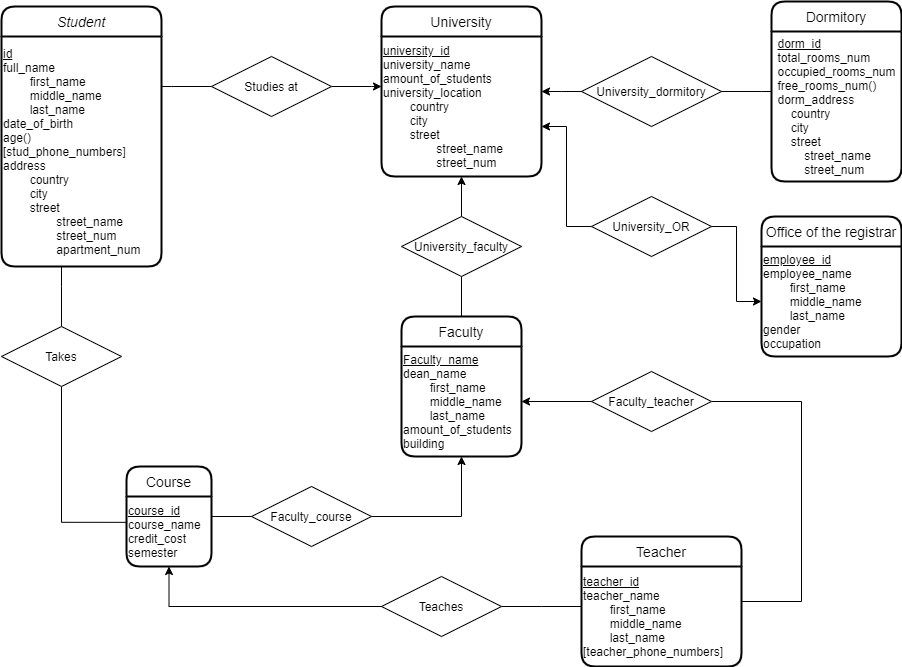
The draw.io diagram lab4/Task2.png in Bauyrzhan07/Databases, before a commit. Source tidied: cells renumbered, new cells last; positions are measured from the earlier drawing's top-left corner, leaving out a move shared by most shapes.
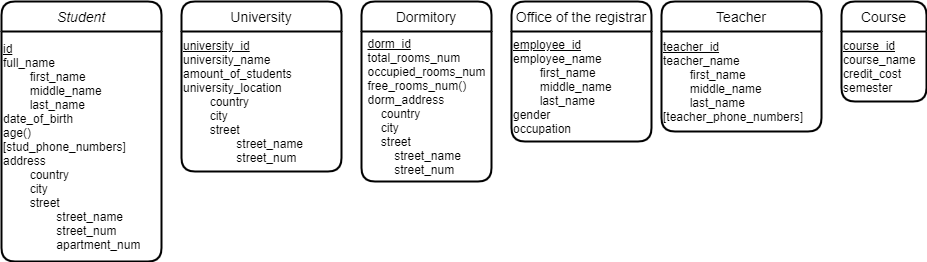
The same file after the commit.

Change to the diagram source:
```diff
@@ -5,167 +5,38 @@
     <mxCell id="2" value="Student" style="swimlane;horizontal=1;startSize=30;rounded=1;fontSize=14;fontStyle=2;strokeWidth=2;shadow=0;dashed=0;align=center;" parent="1" vertex="1">
       <mxGeometry y="5" width="160" height="260" as="geometry" />
     </mxCell>
-    <mxCell id="3" style="edgeStyle=orthogonalEdgeStyle;rounded=0;jettySize=auto;html=1;entryX=0.5;entryY=0;entryDx=0;entryDy=0;startArrow=classic;startFill=1;endArrow=none;endFill=0;strokeWidth=1;" parent="1" edge="1" source="4" target="24">
-      <mxGeometry relative="1" as="geometry" />
-    </mxCell>
     <mxCell id="4" value="University" style="swimlane;horizontal=1;startSize=30;rounded=1;fontSize=14;fontStyle=0;strokeWidth=2;shadow=0;dashed=0;align=center;html=0;" parent="1" vertex="1">
-      <mxGeometry x="380" y="5" width="160" height="170" as="geometry" />
+      <mxGeometry x="180" y="5" width="160" height="170" as="geometry" />
     </mxCell>
     <mxCell id="5" value="&lt;u&gt;university_id&lt;br&gt;&lt;/u&gt;university_name&lt;br&gt;amount_of_students&lt;br&gt;university_location&lt;br&gt;&lt;span style=&quot;white-space: pre&quot;&gt;&#9;&lt;/span&gt;country&lt;br&gt;&lt;span style=&quot;white-space: pre&quot;&gt;&#9;&lt;/span&gt;city&lt;br&gt;&lt;span style=&quot;white-space: pre&quot;&gt;&#9;&lt;/span&gt;street&lt;br&gt;&lt;span style=&quot;white-space: pre&quot;&gt;&#9;&lt;/span&gt;&lt;span style=&quot;white-space: pre&quot;&gt;&#9;&lt;/span&gt;street_name&lt;br&gt;&lt;span style=&quot;white-space: pre&quot;&gt;&#9;&lt;/span&gt;&lt;span style=&quot;white-space: pre&quot;&gt;&#9;&lt;/span&gt;street_num&lt;br&gt;" style="text;html=1;align=left;verticalAlign=middle;points=[];strokeColor=none;fillColor=none;" parent="4" vertex="1">
       <mxGeometry y="30" width="160" height="140" as="geometry" />
     </mxCell>
-    <mxCell id="6" style="edgeStyle=orthogonalEdgeStyle;rounded=0;jettySize=auto;html=1;entryX=0;entryY=0.5;entryDx=0;entryDy=0;startArrow=none;startFill=0;endArrow=none;endFill=0;strokeWidth=1;" parent="1" edge="1" source="7" target="31">
-      <mxGeometry relative="1" as="geometry" />
-    </mxCell>
     <mxCell id="7" value="Course" style="swimlane;horizontal=1;startSize=30;rounded=1;fontSize=14;fontStyle=0;strokeWidth=2;shadow=0;dashed=0;align=center;html=0;" parent="1" vertex="1">
-      <mxGeometry x="125" y="465" width="85" height="100" as="geometry" />
+      <mxGeometry x="840" y="5" width="85" height="100" as="geometry" />
     </mxCell>
     <mxCell id="8" value="&lt;u&gt;course_id&lt;/u&gt;&lt;br&gt;course_name&lt;br&gt;credit_cost&lt;br&gt;semester" style="text;html=1;align=left;verticalAlign=middle;points=[];strokeColor=none;fillColor=none;" parent="7" vertex="1">
       <mxGeometry y="30" width="85" height="70" as="geometry" />
     </mxCell>
     <mxCell id="9" value="Dormitory" style="swimlane;horizontal=1;startSize=30;rounded=1;fontSize=14;fontStyle=0;strokeWidth=2;shadow=0;dashed=0;align=center;html=0;" parent="1" vertex="1">
-      <mxGeometry x="770" width="130" height="180" as="geometry" />
+      <mxGeometry x="360" y="5" width="130" height="180" as="geometry" />
     </mxCell>
     <mxCell id="10" value="&lt;div style=&quot;text-align: left&quot;&gt;&lt;u&gt;dorm_id&lt;/u&gt;&lt;/div&gt;&lt;span&gt;&lt;div style=&quot;text-align: left&quot;&gt;&lt;span&gt;total_rooms_num&lt;/span&gt;&lt;/div&gt;&lt;/span&gt;&lt;span&gt;&lt;div style=&quot;text-align: left&quot;&gt;&lt;span&gt;occupied_rooms_num&lt;/span&gt;&lt;/div&gt;&lt;/span&gt;&lt;span&gt;&lt;div style=&quot;text-align: left&quot;&gt;&lt;span&gt;free_rooms_num()&lt;/span&gt;&lt;/div&gt;&lt;/span&gt;&lt;span&gt;&lt;div style=&quot;text-align: left&quot;&gt;&lt;span&gt;dorm_address&lt;/span&gt;&lt;/div&gt;&lt;/span&gt;&lt;span&gt;&lt;div style=&quot;text-align: left&quot;&gt;&lt;span&gt;&amp;nbsp; &amp;nbsp; country&lt;/span&gt;&lt;/div&gt;&lt;/span&gt;&lt;span&gt;&lt;div style=&quot;text-align: left&quot;&gt;&lt;span&gt;&amp;nbsp; &amp;nbsp; city&lt;/span&gt;&lt;/div&gt;&lt;/span&gt;&lt;span&gt;&lt;div style=&quot;text-align: left&quot;&gt;&lt;span&gt;&amp;nbsp; &amp;nbsp; street&lt;/span&gt;&lt;/div&gt;&lt;/span&gt;&lt;span&gt;&lt;div style=&quot;text-align: left&quot;&gt;&lt;span&gt;&amp;nbsp; &amp;nbsp; &amp;nbsp; &amp;nbsp; street_name&lt;/span&gt;&lt;/div&gt;&lt;/span&gt;&lt;span&gt;&lt;div style=&quot;text-align: left&quot;&gt;&lt;span&gt;&amp;nbsp; &amp;nbsp; &amp;nbsp; &amp;nbsp; street_num&lt;/span&gt;&lt;/div&gt;&lt;/span&gt;" style="text;html=1;align=center;verticalAlign=middle;points=[];strokeColor=none;fillColor=none;" parent="9" vertex="1">
       <mxGeometry y="30" width="130" height="150" as="geometry" />
     </mxCell>
-    <mxCell id="11" style="edgeStyle=orthogonalEdgeStyle;rounded=0;jettySize=auto;html=1;entryX=1;entryY=0.5;entryDx=0;entryDy=0;startArrow=none;startFill=0;endArrow=none;endFill=0;strokeWidth=1;" parent="1" edge="1" source="12" target="35">
-      <mxGeometry relative="1" as="geometry">
-        <Array as="points">
-          <mxPoint x="800" y="400" />
-        </Array>
-      </mxGeometry>
-    </mxCell>
     <mxCell id="12" value="Teacher" style="swimlane;horizontal=1;startSize=30;rounded=1;fontSize=14;fontStyle=0;strokeWidth=2;shadow=0;dashed=0;align=center;html=0;" parent="1" vertex="1">
-      <mxGeometry x="580" y="535" width="160" height="130" as="geometry" />
+      <mxGeometry x="660" y="5" width="160" height="130" as="geometry" />
     </mxCell>
     <mxCell id="13" value="&lt;u&gt;teacher_id&lt;/u&gt;&lt;br&gt;teacher_name&lt;br&gt;&lt;span style=&quot;white-space: pre&quot;&gt;&#9;&lt;/span&gt;first_name&lt;br&gt;&lt;span style=&quot;white-space: pre&quot;&gt;&#9;&lt;/span&gt;middle_name&lt;br&gt;&lt;span style=&quot;white-space: pre&quot;&gt;&#9;&lt;/span&gt;last_name&lt;br&gt;[teacher_phone_numbers]" style="text;html=1;align=left;verticalAlign=middle;points=[];strokeColor=none;fillColor=none;" parent="12" vertex="1">
       <mxGeometry y="30" width="160" height="100" as="geometry" />
     </mxCell>
     <mxCell id="14" value="Office of the registrar" style="swimlane;horizontal=1;startSize=30;rounded=1;fontSize=14;fontStyle=0;strokeWidth=2;shadow=0;dashed=0;align=center;html=0;" parent="1" vertex="1">
-      <mxGeometry x="760" y="215" width="140" height="140" as="geometry" />
+      <mxGeometry x="510" y="5" width="140" height="140" as="geometry" />
     </mxCell>
     <mxCell id="15" value="&lt;u&gt;employee_id&lt;/u&gt;&lt;br&gt;employee_name&lt;br&gt;&lt;span style=&quot;white-space: pre&quot;&gt;&#9;&lt;/span&gt;first_name&lt;br&gt;&lt;span style=&quot;white-space: pre&quot;&gt;&#9;&lt;/span&gt;middle_name&lt;br&gt;&lt;span style=&quot;white-space: pre&quot;&gt;&#9;&lt;/span&gt;last_name&lt;br&gt;gender&lt;br&gt;occupation" style="text;html=1;align=left;verticalAlign=middle;points=[];strokeColor=none;fillColor=none;" parent="14" vertex="1">
       <mxGeometry y="30" width="140" height="110" as="geometry" />
     </mxCell>
-    <mxCell id="16" value="Faculty" style="swimlane;horizontal=1;startSize=30;rounded=1;fontSize=14;fontStyle=0;strokeWidth=2;shadow=0;dashed=0;align=center;html=0;" parent="1" vertex="1">
-      <mxGeometry x="400" y="315" width="120" height="140" as="geometry" />
-    </mxCell>
-    <mxCell id="17" value="&lt;u&gt;Faculty_name&lt;/u&gt;&lt;br&gt;dean_name&lt;br&gt;&lt;span style=&quot;white-space: pre&quot;&gt;&#9;&lt;/span&gt;first_name&lt;br&gt;&lt;span style=&quot;white-space: pre&quot;&gt;&#9;&lt;/span&gt;middle_name&lt;br&gt;&lt;span style=&quot;white-space: pre&quot;&gt;&#9;&lt;/span&gt;last_name&lt;br&gt;amount_of_students&lt;br&gt;building" style="text;html=1;align=left;verticalAlign=middle;points=[];strokeColor=none;fillColor=none;" parent="16" vertex="1">
-      <mxGeometry y="30" width="120" height="110" as="geometry" />
-    </mxCell>
-    <mxCell id="18" value="Studies at" style="shape=rhombus;perimeter=rhombusPerimeter;whiteSpace=wrap;html=1;align=center;" parent="1" vertex="1">
-      <mxGeometry x="210" y="55" width="120" height="60" as="geometry" />
-    </mxCell>
-    <mxCell id="19" style="jettySize=auto;html=1;entryX=0;entryY=0.5;entryDx=0;entryDy=0;rounded=0;strokeWidth=1;edgeStyle=orthogonalEdgeStyle;startArrow=none;startFill=0;endArrow=none;endFill=0;" parent="1" edge="1" source="21" target="18">
-      <mxGeometry relative="1" as="geometry">
-        <Array as="points">
-          <mxPoint x="170" y="85" />
-          <mxPoint x="170" y="85" />
-        </Array>
-      </mxGeometry>
-    </mxCell>
-    <mxCell id="20" style="edgeStyle=orthogonalEdgeStyle;rounded=0;jettySize=auto;html=1;entryX=0.5;entryY=0;entryDx=0;entryDy=0;startArrow=none;startFill=0;endArrow=none;endFill=0;strokeWidth=1;" parent="1" edge="1" source="21" target="34">
-      <mxGeometry relative="1" as="geometry">
-        <Array as="points">
-          <mxPoint x="60" y="285" />
-          <mxPoint x="60" y="285" />
-        </Array>
-      </mxGeometry>
-    </mxCell>
     <mxCell id="21" value="&lt;div&gt;&lt;span&gt;&lt;u&gt;id&lt;/u&gt;&lt;/span&gt;&lt;/div&gt;&lt;div&gt;&lt;span&gt;full_name&lt;/span&gt;&lt;/div&gt;&lt;div&gt;&lt;span&gt;&lt;span style=&quot;white-space: pre&quot;&gt;&#9;&lt;/span&gt;first_name&lt;/span&gt;&lt;/div&gt;&lt;div&gt;&lt;span&gt;&lt;span style=&quot;white-space: pre&quot;&gt;&#9;&lt;/span&gt;middle_name&lt;/span&gt;&lt;/div&gt;&lt;div&gt;&lt;span&gt;&lt;span style=&quot;white-space: pre&quot;&gt;&#9;&lt;/span&gt;last_name&lt;/span&gt;&lt;/div&gt;&lt;div&gt;&lt;span&gt;date_of_birth&lt;/span&gt;&lt;/div&gt;&lt;div&gt;&lt;span&gt;age()&lt;/span&gt;&lt;/div&gt;&lt;div&gt;&lt;span&gt;[stud_phone_numbers]&lt;/span&gt;&lt;/div&gt;&lt;div&gt;&lt;span&gt;address&lt;/span&gt;&lt;/div&gt;&lt;div&gt;&lt;span&gt;&lt;span style=&quot;white-space: pre&quot;&gt;&#9;&lt;/span&gt;country&lt;br&gt;&lt;/span&gt;&lt;/div&gt;&lt;div&gt;&lt;span&gt;&lt;span style=&quot;white-space: pre&quot;&gt;&#9;&lt;/span&gt;city&lt;/span&gt;&lt;/div&gt;&lt;div&gt;&lt;span style=&quot;white-space: pre&quot;&gt;&#9;&lt;/span&gt;street&lt;/div&gt;&lt;div&gt;&lt;span&gt;&lt;span style=&quot;white-space: pre&quot;&gt;&lt;span style=&quot;white-space: pre&quot;&gt;&#9;&lt;/span&gt;&#9;&lt;/span&gt;street_name&lt;/span&gt;&lt;/div&gt;&lt;div&gt;&lt;span&gt;&lt;span style=&quot;white-space: pre&quot;&gt;&#9;&lt;span style=&quot;white-space: pre&quot;&gt;&#9;&lt;/span&gt;&lt;/span&gt;street_num&lt;/span&gt;&lt;/div&gt;&lt;div&gt;&lt;span&gt;&lt;span style=&quot;white-space: pre&quot;&gt;&#9;&lt;span style=&quot;white-space: pre&quot;&gt;&#9;&lt;/span&gt;&lt;/span&gt;apartment_num&amp;nbsp; &amp;nbsp;&lt;/span&gt;&lt;/div&gt;" style="text;html=1;align=left;verticalAlign=middle;points=[];strokeColor=none;fillColor=none;" parent="1" vertex="1">
       <mxGeometry y="35" width="160" height="230" as="geometry" />
     </mxCell>
-    <mxCell id="22" style="edgeStyle=orthogonalEdgeStyle;rounded=0;jettySize=auto;html=1;entryX=1;entryY=0.5;entryDx=0;entryDy=0;startArrow=classic;startFill=1;endArrow=none;endFill=0;" parent="1" edge="1" source="5" target="18">
-      <mxGeometry relative="1" as="geometry">
-        <Array as="points">
-          <mxPoint x="370" y="85" />
-          <mxPoint x="370" y="85" />
-        </Array>
-      </mxGeometry>
-    </mxCell>
-    <mxCell id="23" style="edgeStyle=orthogonalEdgeStyle;rounded=0;jettySize=auto;html=1;startArrow=none;startFill=0;endArrow=none;endFill=0;strokeWidth=1;entryX=0.5;entryY=0;entryDx=0;entryDy=0;" parent="1" edge="1" source="24" target="16">
-      <mxGeometry relative="1" as="geometry" />
-    </mxCell>
-    <mxCell id="24" value="University_faculty" style="shape=rhombus;perimeter=rhombusPerimeter;whiteSpace=wrap;html=1;align=center;" parent="1" vertex="1">
-      <mxGeometry x="400" y="215" width="120" height="60" as="geometry" />
-    </mxCell>
-    <mxCell id="25" value="University_dormitory" style="shape=rhombus;perimeter=rhombusPerimeter;whiteSpace=wrap;html=1;align=center;" parent="1" vertex="1">
-      <mxGeometry x="580" y="55" width="140" height="70" as="geometry" />
-    </mxCell>
-    <mxCell id="26" style="edgeStyle=orthogonalEdgeStyle;rounded=0;jettySize=auto;html=1;entryX=0;entryY=0.5;entryDx=0;entryDy=0;startArrow=classic;startFill=1;endArrow=none;endFill=0;strokeWidth=1;" parent="1" edge="1" source="5" target="25">
-      <mxGeometry relative="1" as="geometry">
-        <Array as="points">
-          <mxPoint x="560" y="90" />
-          <mxPoint x="560" y="90" />
-        </Array>
-      </mxGeometry>
-    </mxCell>
-    <mxCell id="27" style="edgeStyle=orthogonalEdgeStyle;rounded=0;jettySize=auto;html=1;entryX=1;entryY=0.5;entryDx=0;entryDy=0;startArrow=none;startFill=0;endArrow=none;endFill=0;strokeWidth=1;" parent="1" edge="1" source="10" target="25">
-      <mxGeometry relative="1" as="geometry">
-        <Array as="points">
-          <mxPoint x="760" y="90" />
-          <mxPoint x="760" y="90" />
-        </Array>
-      </mxGeometry>
-    </mxCell>
-    <mxCell id="28" value="University_OR" style="shape=rhombus;perimeter=rhombusPerimeter;whiteSpace=wrap;html=1;align=center;" parent="1" vertex="1">
-      <mxGeometry x="590" y="195" width="120" height="60" as="geometry" />
-    </mxCell>
-    <mxCell id="29" style="edgeStyle=orthogonalEdgeStyle;rounded=0;jettySize=auto;html=1;entryX=0;entryY=0.5;entryDx=0;entryDy=0;startArrow=classic;startFill=1;endArrow=none;endFill=0;strokeWidth=1;" parent="1" edge="1" source="5" target="28">
-      <mxGeometry relative="1" as="geometry">
-        <Array as="points">
-          <mxPoint x="565" y="125" />
-          <mxPoint x="565" y="225" />
-        </Array>
-      </mxGeometry>
-    </mxCell>
-    <mxCell id="30" style="edgeStyle=orthogonalEdgeStyle;rounded=0;jettySize=auto;html=1;startArrow=classic;startFill=1;endArrow=none;endFill=0;strokeWidth=1;" parent="1" edge="1" source="15" target="28">
-      <mxGeometry relative="1" as="geometry" />
-    </mxCell>
-    <mxCell id="31" value="Faculty_course" style="shape=rhombus;perimeter=rhombusPerimeter;whiteSpace=wrap;html=1;align=center;" parent="1" vertex="1">
-      <mxGeometry x="250" y="485" width="120" height="60" as="geometry" />
-    </mxCell>
-    <mxCell id="32" style="edgeStyle=orthogonalEdgeStyle;rounded=0;jettySize=auto;html=1;entryX=1;entryY=0.5;entryDx=0;entryDy=0;startArrow=classic;startFill=1;endArrow=none;endFill=0;strokeWidth=1;" parent="1" edge="1" source="17" target="31">
-      <mxGeometry relative="1" as="geometry">
-        <Array as="points">
-          <mxPoint x="460" y="515" />
-        </Array>
-      </mxGeometry>
-    </mxCell>
-    <mxCell id="33" style="edgeStyle=orthogonalEdgeStyle;rounded=0;jettySize=auto;html=1;entryX=0.007;entryY=0.369;entryDx=0;entryDy=0;entryPerimeter=0;startArrow=none;startFill=0;endArrow=none;endFill=0;strokeWidth=1;" parent="1" edge="1" source="34" target="8">
-      <mxGeometry relative="1" as="geometry">
-        <Array as="points">
-          <mxPoint x="60" y="521" />
-        </Array>
-      </mxGeometry>
-    </mxCell>
-    <mxCell id="34" value="Takes" style="shape=rhombus;perimeter=rhombusPerimeter;whiteSpace=wrap;html=1;align=center;" parent="1" vertex="1">
-      <mxGeometry y="325" width="120" height="60" as="geometry" />
-    </mxCell>
-    <mxCell id="35" value="Faculty_teacher" style="shape=rhombus;perimeter=rhombusPerimeter;whiteSpace=wrap;html=1;align=center;" parent="1" vertex="1">
-      <mxGeometry x="590" y="370" width="120" height="60" as="geometry" />
-    </mxCell>
-    <mxCell id="36" style="edgeStyle=orthogonalEdgeStyle;rounded=0;jettySize=auto;html=1;entryX=0;entryY=0.5;entryDx=0;entryDy=0;startArrow=classic;startFill=1;endArrow=none;endFill=0;strokeWidth=1;" parent="1" edge="1" source="17" target="35">
-      <mxGeometry relative="1" as="geometry" />
-    </mxCell>
-    <mxCell id="37" value="Teaches" style="shape=rhombus;perimeter=rhombusPerimeter;whiteSpace=wrap;html=1;align=center;" parent="1" vertex="1">
-      <mxGeometry x="380" y="575" width="120" height="60" as="geometry" />
-    </mxCell>
-    <mxCell id="38" style="edgeStyle=orthogonalEdgeStyle;rounded=0;jettySize=auto;html=1;entryX=1;entryY=0.5;entryDx=0;entryDy=0;startArrow=none;startFill=0;endArrow=none;endFill=0;strokeWidth=1;" parent="1" edge="1" source="13" target="37">
-      <mxGeometry relative="1" as="geometry">
-        <Array as="points">
-          <mxPoint x="540" y="605" />
-          <mxPoint x="540" y="605" />
-        </Array>
-      </mxGeometry>
-    </mxCell>
-    <mxCell id="39" style="edgeStyle=orthogonalEdgeStyle;rounded=0;jettySize=auto;html=1;entryX=0;entryY=0.5;entryDx=0;entryDy=0;startArrow=classic;startFill=1;endArrow=none;endFill=0;strokeWidth=1;" parent="1" edge="1" source="8" target="37">
-      <mxGeometry relative="1" as="geometry">
-        <Array as="points">
-          <mxPoint x="168" y="605" />
-        </Array>
-      </mxGeometry>
-    </mxCell>
   </root>
 </mxGraphModel>
```
